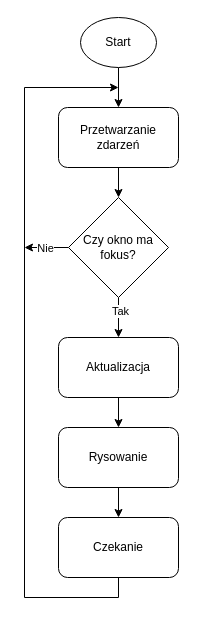
This is page "main_loop" (8 of 23) of plan.drawio from bravePeer/BScThesis, a draw.io file, before an edit. Source tidied: cells renumbered, new cells numbered last; positions are measured from the earlier drawing's top-left corner, leaving out a move shared by most shapes. Both pictures are drawn from the tidied source at 100%, with x=0, y=0 at pixel (24, 17).
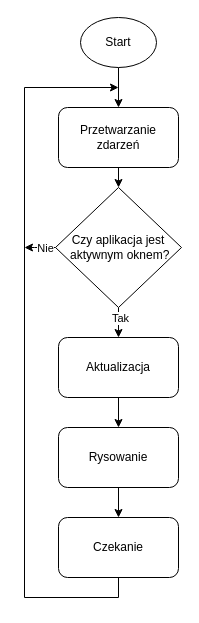
After the change.

Change to the diagram source:
```diff
@@
     <mxCell id="14" style="edgeStyle=orthogonalEdgeStyle;rounded=0;jettySize=auto;html=1;exitX=0;exitY=0.5;exitDx=0;exitDy=0;" parent="1" edge="1" source="16">
       <mxGeometry relative="1" as="geometry">
         <mxPoint y="230" as="targetPoint" />
+        <Array as="points">
+          <mxPoint x="10" y="230" />
+          <mxPoint x="10" y="230" />
+        </Array>
       </mxGeometry>
     </mxCell>
     <mxCell id="15" value="Nie" style="edgeLabel;html=1;align=center;verticalAlign=middle;" parent="14" vertex="1">
       <mxGeometry x="0.08" y="1" relative="1" as="geometry">
-        <mxPoint y="-1" as="offset" />
+        <mxPoint x="6" y="-1" as="offset" />
       </mxGeometry>
     </mxCell>
-    <mxCell id="16" value="Czy okno ma fokus?" style="rhombus;whiteSpace=wrap;html=1;" parent="1" vertex="1">
-      <mxGeometry x="44" y="180" width="100" height="100" as="geometry" />
+    <mxCell id="16" value="Czy aplikacja jest&lt;br&gt;&amp;nbsp;aktywnym oknem?" style="rhombus;whiteSpace=wrap;html=1;" parent="1" vertex="1">
+      <mxGeometry x="31" y="170" width="126" height="120" as="geometry" />
     </mxCell>
```
